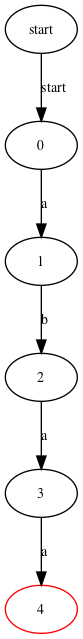
Above: NFAtoDFA.gv.png in Snowcying/NFAtoDFA (Graphviz), before the change. Its source is kept beside it as NFAtoDFA.gv.
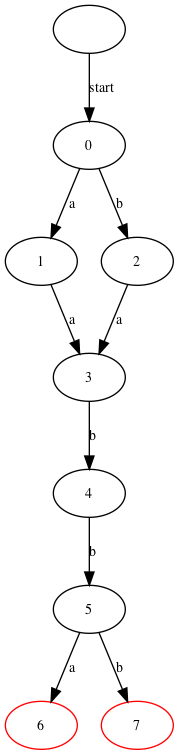
Above is the later version.

Change to the diagram source:
```diff
@@ -1,13 +1,19 @@
 digraph {
-	start [label=start]
 	0 [label=0]
 	0 -> 1 [label=a]
+	0 -> 2 [label=b]
 	1 [label=1]
-	1 -> 2 [label=b]
+	1 -> 3 [label=a]
 	2 [label=2]
 	2 -> 3 [label=a]
 	3 [label=3]
-	3 -> 4 [label=a]
-	4 [label=4 color=red]
-	start -> 0 [label=start]
+	3 -> 4 [label=b]
+	4 [label=4]
+	4 -> 5 [label=b]
+	5 [label=5]
+	5 -> 6 [label=a]
+	5 -> 7 [label=b]
+	6 [label=6 color=red]
+	7 [label=7 color=red]
+	"" -> 0 [label=start]
 }
```
